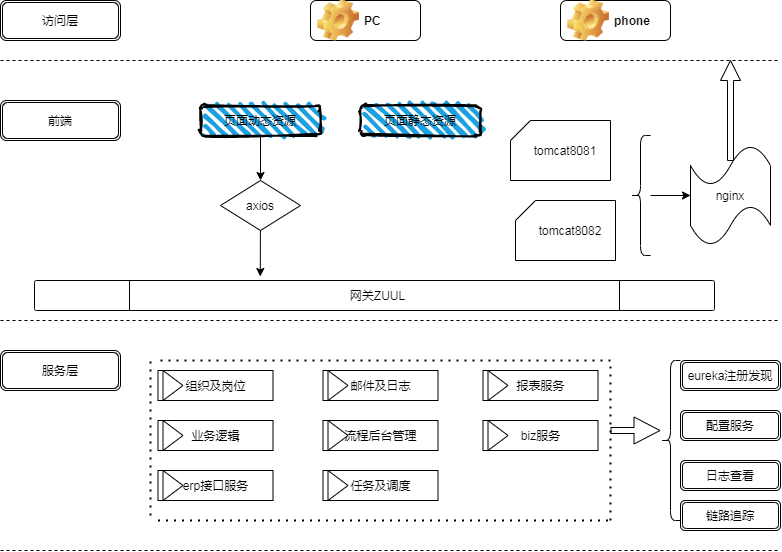
Before: BPM流程中心.png, a diagram exported from draw.io (daofuzhang/demo). Source tidied: cells renumbered, new cells last; positions are measured from the earlier drawing's top-left corner, leaving out a move shared by most shapes.
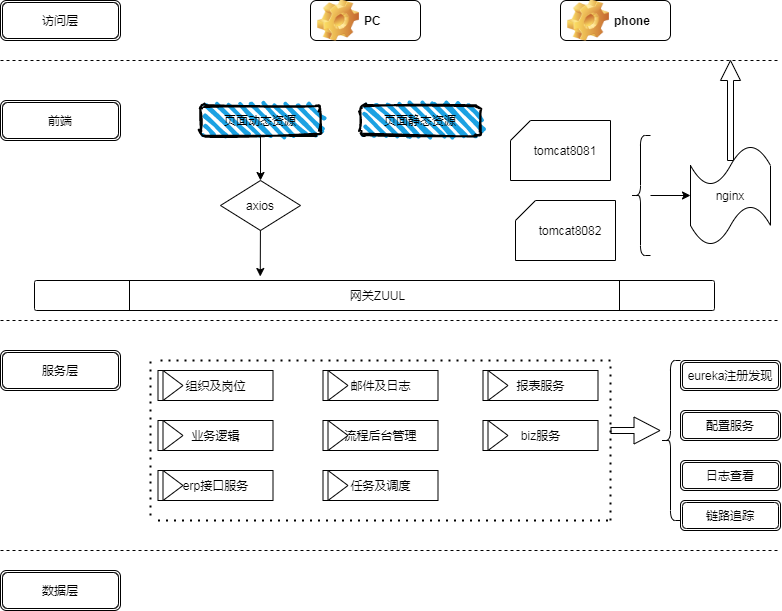
The same file after the commit.

The edit, as a diff of the source:
```diff
@@ -173,5 +173,8 @@
         <mxPoint x="780" y="550" as="targetPoint" />
       </mxGeometry>
     </mxCell>
+    <mxCell id="51" value="数据层" style="shape=ext;double=1;rounded=1;whiteSpace=wrap;html=1;" parent="1" vertex="1">
+      <mxGeometry y="570" width="120" height="40" as="geometry" />
+    </mxCell>
   </root>
 </mxGraphModel>
```
